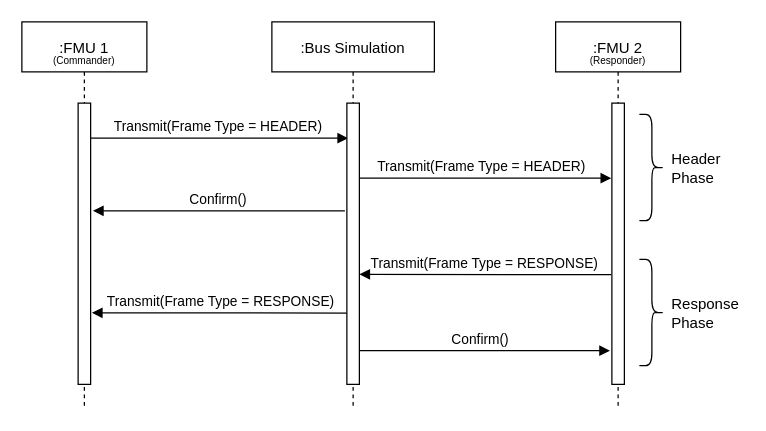
The draw.io diagram docs/images/lin_confirmation_with_bus_simulation_fmu.drawio in modelica/fmi-ls-bus, before the edit. Source tidied: cells renumbered, new cells numbered last; positions are measured from the earlier drawing's top-left corner, leaving out a move shared by most shapes. Both pictures are drawn from the tidied source at 125%, with x=0, y=0 at pixel (21, 21).
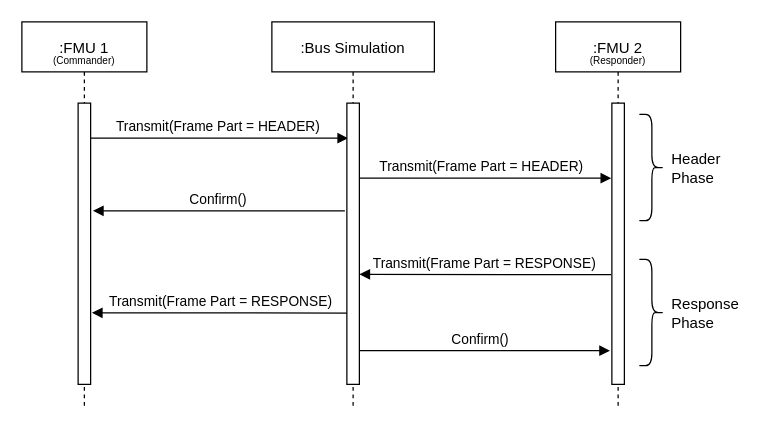
The same diagram, later.

The change refers to these unchanged cells:
```xml
<mxCell id="7" style="points=[];perimeter=orthogonalPerimeter;rounded=0;shadow=0;strokeWidth=1;" parent="5" vertex="1">
  <mxGeometry x="45" y="65" width="10" height="225" as="geometry" />
</mxCell>
<mxCell id="8" value=":Bus Simulation" style="shape=umlLifeline;perimeter=lifelinePerimeter;rounded=0;shadow=0;strokeWidth=1;" parent="1" vertex="1">
  <mxGeometry x="200" width="130" height="310" as="geometry" />
</mxCell>
```

The edit, as a diff of the source:
```diff
@@
-    <mxCell id="2" value="Transmit(Frame Type = RESPONSE)" style="verticalAlign=bottom;endArrow=block;shadow=0;strokeWidth=1;exitX=-0.16;exitY=0.729;exitDx=0;exitDy=0;exitPerimeter=0;entryX=1.184;entryY=0.383;entryDx=0;entryDy=0;entryPerimeter=0;" parent="1" edge="1">
+    <mxCell id="2" value="Transmit(Frame Part = RESPONSE)" style="verticalAlign=bottom;endArrow=block;shadow=0;strokeWidth=1;exitX=-0.16;exitY=0.729;exitDx=0;exitDy=0;exitPerimeter=0;entryX=1.184;entryY=0.383;entryDx=0;entryDy=0;entryPerimeter=0;" parent="1" edge="1">
       <mxGeometry relative="1" as="geometry">
         <mxPoint x="263.4" y="232.9" as="sourcePoint" />
         <mxPoint x="56" y="232.7" as="targetPoint" />
       </mxGeometry>
     </mxCell>
@@
-    <mxCell id="4" value="Transmit(Frame Type = HEADER)" style="verticalAlign=bottom;endArrow=block;entryX=0;entryY=0;shadow=0;strokeWidth=1;exitX=0.832;exitY=0.124;exitDx=0;exitDy=0;exitPerimeter=0;" parent="1" edge="1" source="7">
+    <mxCell id="4" value="Transmit(Frame Part = HEADER)" style="verticalAlign=bottom;endArrow=block;entryX=0;entryY=0;shadow=0;strokeWidth=1;exitX=0.832;exitY=0.124;exitDx=0;exitDy=0;exitPerimeter=0;" parent="1" edge="1" source="7">
       <mxGeometry relative="1" as="geometry">
         <mxPoint x="261" y="93" as="targetPoint" />
       </mxGeometry>
     </mxCell>
@@
-    <mxCell id="9" value="Transmit(Frame Type = HEADER)" style="verticalAlign=bottom;endArrow=block;shadow=0;strokeWidth=1;" parent="8" edge="1">
+    <mxCell id="9" value="Transmit(Frame Part = HEADER)" style="verticalAlign=bottom;endArrow=block;shadow=0;strokeWidth=1;" parent="8" edge="1">
       <mxGeometry relative="1" as="geometry">
         <mxPoint x="65" y="125" as="sourcePoint" />
         <mxPoint x="271.5" y="125" as="targetPoint" />
       </mxGeometry>
     </mxCell>
@@
-    <mxCell id="19" value="Transmit(Frame Type = RESPONSE)" style="verticalAlign=bottom;endArrow=block;shadow=0;strokeWidth=1;exitX=-0.16;exitY=0.729;exitDx=0;exitDy=0;exitPerimeter=0;entryX=1.184;entryY=0.383;entryDx=0;entryDy=0;entryPerimeter=0;" parent="1" edge="1">
+    <mxCell id="19" value="Transmit(Frame Part = RESPONSE)" style="verticalAlign=bottom;endArrow=block;shadow=0;strokeWidth=1;exitX=-0.16;exitY=0.729;exitDx=0;exitDy=0;exitPerimeter=0;entryX=1.184;entryY=0.383;entryDx=0;entryDy=0;entryPerimeter=0;" parent="1" edge="1">
       <mxGeometry relative="1" as="geometry">
         <mxPoint x="471.4" y="202.2" as="sourcePoint" />
         <mxPoint x="270" y="202" as="targetPoint" />
       </mxGeometry>
     </mxCell>
```
